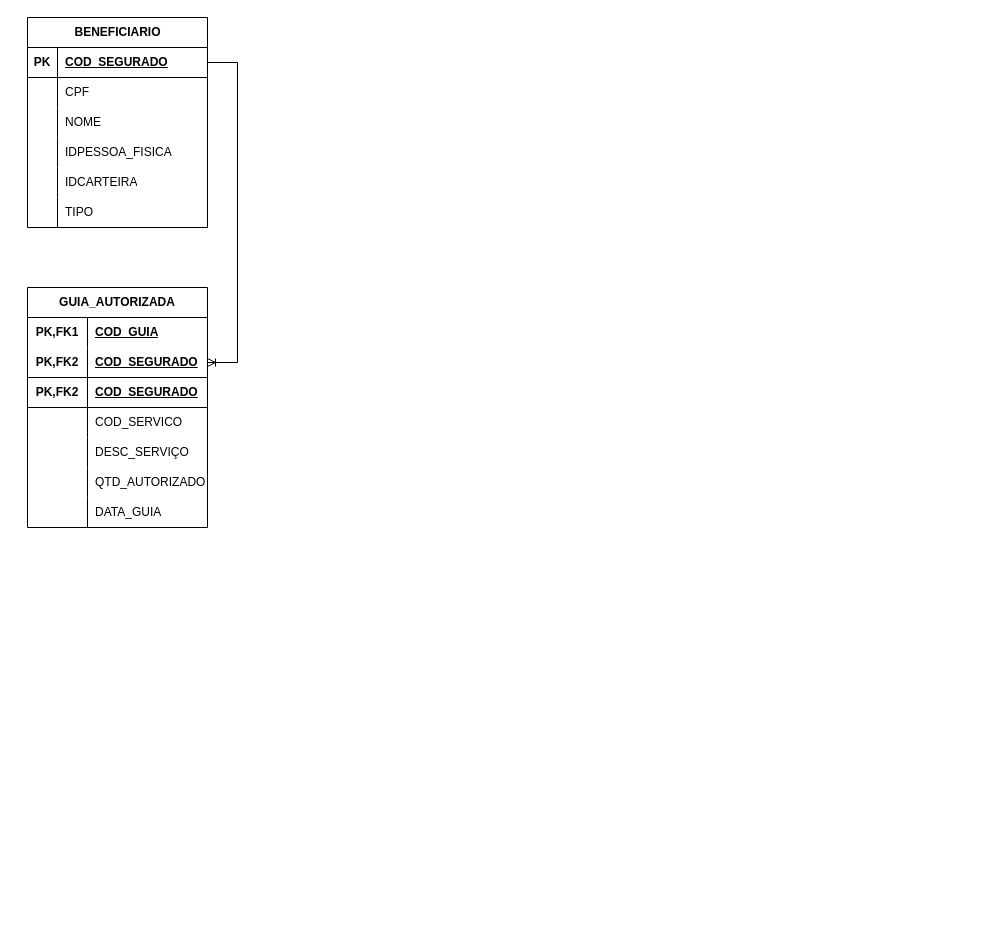
Above: APP-TEA02.drawio in hugocesar975/Todos (draw.io), before the change. Source tidied: cells renumbered, new cells numbered last; positions are measured from the earlier drawing's top-left corner, leaving out a move shared by most shapes. Both pictures are drawn from the tidied source at 100%, with x=0, y=0 at pixel (27, 17).
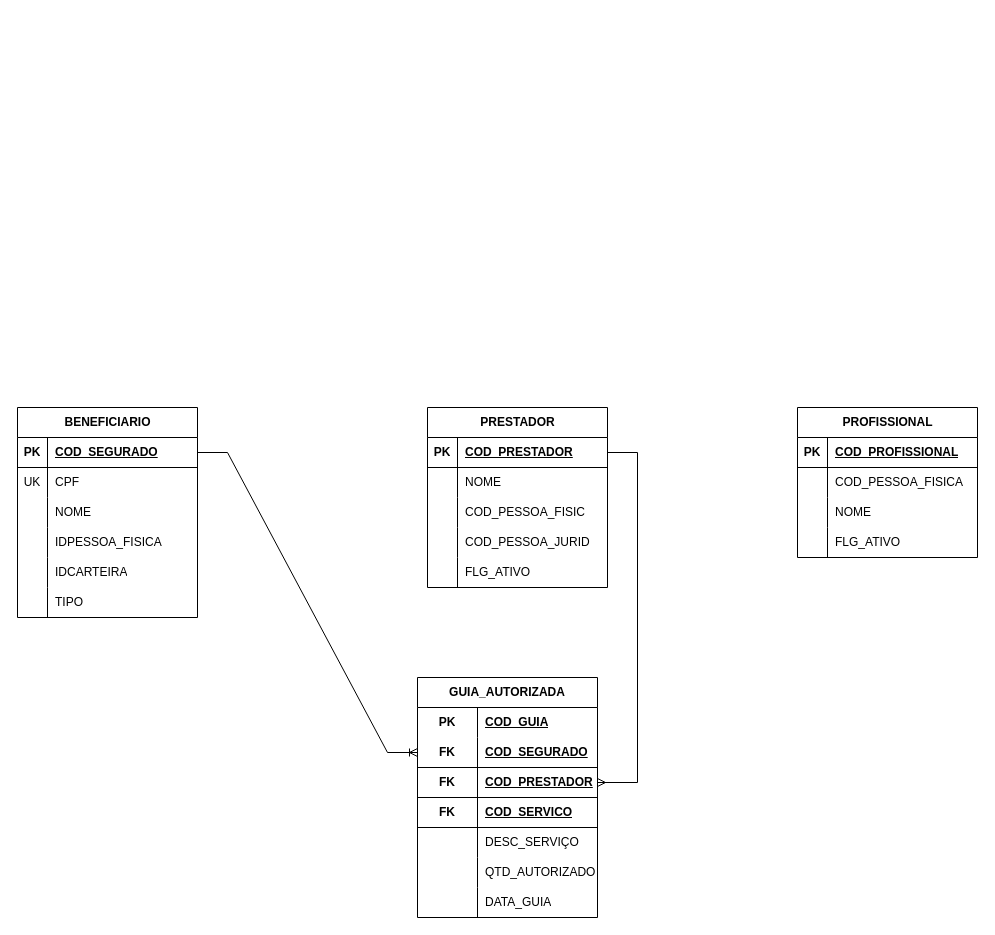
Above is the later version.

Unchanged cells that the change refers to:
```xml
<mxCell id="6" style="shape=tableRow;horizontal=0;startSize=0;swimlaneHead=0;swimlaneBody=0;fillColor=none;top=0;left=0;right=0;bottom=0;" parent="2" vertex="1">
  <mxGeometry y="60" width="180" height="30" as="geometry" />
</mxCell>
<mxCell id="22" style="shape=tableRow;horizontal=0;startSize=0;swimlaneHead=0;swimlaneBody=0;fillColor=none;top=0;left=0;right=0;bottom=0;html=1;" parent="21" vertex="1">
  <mxGeometry y="30" width="180" height="30" as="geometry" />
</mxCell>
<mxCell id="25" style="shape=tableRow;horizontal=0;startSize=0;swimlaneHead=0;swimlaneBody=0;fillColor=none;points=[[0,0.5],[1,0.5]];portConstraint=eastwest;top=0;left=0;right=0;bottom=1;html=1;" parent="21" vertex="1">
  <mxGeometry y="60" width="180" height="30" as="geometry" />
</mxCell>
<mxCell id="28" style="shape=tableRow;horizontal=0;startSize=0;swimlaneHead=0;swimlaneBody=0;fillColor=none;points=[[0,0.5],[1,0.5]];portConstraint=eastwest;top=0;left=0;right=0;bottom=1;html=1;" parent="21" vertex="1">
  <mxGeometry y="90" width="180" height="30" as="geometry" />
</mxCell>
```

Diff of the diagram source:
```diff
@@
     <mxCell id="2" value="BENEFICIARIO" style="shape=table;startSize=30;childLayout=tableLayout;rowLines=0;fontStyle=1;align=center;html=1;" parent="1" vertex="1">
-      <mxGeometry width="180" height="210" as="geometry" />
+      <mxGeometry x="-10" y="390" width="180" height="210" as="geometry" />
     </mxCell>
@@
-    <mxCell id="7" style="shape=partialRectangle;fillColor=none;top=0;left=0;bottom=0;right=0;overflow=hidden;whiteSpace=wrap;html=1;" parent="6" vertex="1">
+    <mxCell id="7" value="UK" style="shape=partialRectangle;fillColor=none;top=0;left=0;bottom=0;right=0;overflow=hidden;whiteSpace=wrap;html=1;" parent="6" vertex="1">
       <mxGeometry width="30" height="30" as="geometry" />
     </mxCell>
@@
     <mxCell id="21" value="GUIA_AUTORIZADA" style="shape=table;startSize=30;childLayout=tableLayout;rowLines=0;fontStyle=1;align=center;html=1;whiteSpace=wrap;" parent="1" vertex="1">
-      <mxGeometry y="270" width="180" height="240" as="geometry" />
+      <mxGeometry x="390" y="660" width="180" height="240" as="geometry" />
     </mxCell>
@@
-    <mxCell id="23" value="PK,FK1" style="shape=partialRectangle;fillColor=none;top=0;left=0;bottom=0;right=0;fontStyle=1;overflow=hidden;html=1;whiteSpace=wrap;" parent="22" vertex="1">
+    <mxCell id="23" value="PK" style="shape=partialRectangle;fillColor=none;top=0;left=0;bottom=0;right=0;fontStyle=1;overflow=hidden;html=1;whiteSpace=wrap;" parent="22" vertex="1">
       <mxGeometry width="60" height="30" as="geometry" />
     </mxCell>
@@
-    <mxCell id="26" value="PK,FK2" style="shape=partialRectangle;fillColor=none;top=0;left=0;bottom=0;right=0;fontStyle=1;overflow=hidden;html=1;whiteSpace=wrap;" parent="25" vertex="1">
+    <mxCell id="26" value="FK" style="shape=partialRectangle;fillColor=none;top=0;left=0;bottom=0;right=0;fontStyle=1;overflow=hidden;html=1;whiteSpace=wrap;" parent="25" vertex="1">
       <mxGeometry width="60" height="30" as="geometry" />
     </mxCell>
@@
-    <mxCell id="29" value="PK,FK2" style="shape=partialRectangle;fillColor=none;top=0;left=0;bottom=0;right=0;fontStyle=1;overflow=hidden;html=1;whiteSpace=wrap;" parent="28" vertex="1">
+    <mxCell id="29" value="FK" style="shape=partialRectangle;fillColor=none;top=0;left=0;bottom=0;right=0;fontStyle=1;overflow=hidden;html=1;whiteSpace=wrap;" parent="28" vertex="1">
       <mxGeometry width="60" height="30" as="geometry" />
     </mxCell>
-    <mxCell id="30" value="COD_SEGURADO" style="shape=partialRectangle;fillColor=none;top=0;left=0;bottom=0;right=0;align=left;spacingLeft=6;fontStyle=5;overflow=hidden;html=1;whiteSpace=wrap;" parent="28" vertex="1">
+    <mxCell id="30" value="COD_PRESTADOR" style="shape=partialRectangle;fillColor=none;top=0;left=0;bottom=0;right=0;align=left;spacingLeft=6;fontStyle=5;overflow=hidden;html=1;whiteSpace=wrap;" parent="28" vertex="1">
       <mxGeometry x="60" width="120" height="30" as="geometry" />
     </mxCell>
-    <mxCell id="31" style="shape=tableRow;horizontal=0;startSize=0;swimlaneHead=0;swimlaneBody=0;fillColor=none;top=0;left=0;right=0;bottom=0;html=1;" parent="21" vertex="1">
-      <mxGeometry y="120" width="180" height="30" as="geometry" />
-    </mxCell>
-    <mxCell id="32" style="shape=partialRectangle;fillColor=none;top=0;left=0;bottom=0;right=0;overflow=hidden;html=1;whiteSpace=wrap;" parent="31" vertex="1">
-      <mxGeometry width="60" height="30" as="geometry" />
-    </mxCell>
+    <mxCell id="44" style="shape=tableRow;horizontal=0;startSize=0;swimlaneHead=0;swimlaneBody=0;fillColor=none;top=0;left=0;right=0;bottom=1;html=1;" parent="21" vertex="1">
+      <mxGeometry y="120" width="180" height="30" as="geometry" />
+    </mxCell>
+    <mxCell id="45" value="FK" style="shape=partialRectangle;fillColor=none;top=0;left=0;bottom=0;right=0;fontStyle=1;overflow=hidden;html=1;whiteSpace=wrap;" parent="44" vertex="1">
+      <mxGeometry width="60" height="30" as="geometry" />
+    </mxCell>
-    <mxCell id="33" value="COD_SERVICO" style="shape=partialRectangle;fillColor=none;top=0;left=0;bottom=0;right=0;align=left;spacingLeft=6;overflow=hidden;html=1;whiteSpace=wrap;" parent="31" vertex="1">
+    <mxCell id="33" value="COD_SERVICO" style="shape=partialRectangle;fillColor=none;top=0;left=0;bottom=0;right=0;align=left;spacingLeft=6;fontStyle=5;overflow=hidden;html=1;whiteSpace=wrap;" parent="44" vertex="1">
       <mxGeometry x="60" width="120" height="30" as="geometry" />
     </mxCell>
@@
+    <mxCell id="46" value="PRESTADOR" style="shape=table;startSize=30;childLayout=tableLayout;rowLines=0;fontStyle=1;align=center;html=1;" parent="1" vertex="1">
+      <mxGeometry x="400" y="390" width="180" height="180" as="geometry" />
+    </mxCell>
+    <mxCell id="47" style="shape=tableRow;horizontal=0;startSize=0;swimlaneHead=0;swimlaneBody=0;fillColor=none;points=[[0,0.5],[1,0.5]];portConstraint=eastwest;top=0;left=0;right=0;bottom=1;" parent="46" vertex="1">
+      <mxGeometry y="30" width="180" height="30" as="geometry" />
+    </mxCell>
+    <mxCell id="48" value="PK" style="shape=partialRectangle;fillColor=none;top=0;left=0;bottom=0;right=0;fontStyle=1;overflow=hidden;whiteSpace=wrap;html=1;" parent="47" vertex="1">
+      <mxGeometry width="30" height="30" as="geometry" />
+    </mxCell>
+    <mxCell id="49" value="COD_PRESTADOR" style="shape=partialRectangle;fillColor=none;top=0;left=0;bottom=0;right=0;align=left;spacingLeft=6;fontStyle=5;overflow=hidden;whiteSpace=wrap;html=1;" parent="47" vertex="1">
+      <mxGeometry x="30" width="150" height="30" as="geometry" />
+    </mxCell>
+    <mxCell id="50" style="shape=tableRow;horizontal=0;startSize=0;swimlaneHead=0;swimlaneBody=0;fillColor=none;top=0;left=0;right=0;bottom=0;" parent="46" vertex="1">
+      <mxGeometry y="60" width="180" height="30" as="geometry" />
+    </mxCell>
+    <mxCell id="51" style="shape=partialRectangle;fillColor=none;top=0;left=0;bottom=0;right=0;overflow=hidden;whiteSpace=wrap;html=1;" parent="50" vertex="1">
+      <mxGeometry width="30" height="30" as="geometry" />
+    </mxCell>
+    <mxCell id="52" value="NOME" style="shape=partialRectangle;fillColor=none;top=0;left=0;bottom=0;right=0;align=left;spacingLeft=6;overflow=hidden;whiteSpace=wrap;html=1;" parent="50" vertex="1">
+      <mxGeometry x="30" width="150" height="30" as="geometry" />
+    </mxCell>
+    <mxCell id="53" style="shape=tableRow;horizontal=0;startSize=0;swimlaneHead=0;swimlaneBody=0;fillColor=none;top=0;left=0;right=0;bottom=0;" parent="46" vertex="1">
+      <mxGeometry y="90" width="180" height="30" as="geometry" />
+    </mxCell>
+    <mxCell id="54" style="shape=partialRectangle;fillColor=none;top=0;left=0;bottom=0;right=0;overflow=hidden;whiteSpace=wrap;html=1;" parent="53" vertex="1">
+      <mxGeometry width="30" height="30" as="geometry" />
+    </mxCell>
+    <mxCell id="55" value="COD_PESSOA_FISIC" style="shape=partialRectangle;fillColor=none;top=0;left=0;bottom=0;right=0;align=left;spacingLeft=6;overflow=hidden;whiteSpace=wrap;html=1;" parent="53" vertex="1">
+      <mxGeometry x="30" width="150" height="30" as="geometry" />
+    </mxCell>
+    <mxCell id="56" style="shape=tableRow;horizontal=0;startSize=0;swimlaneHead=0;swimlaneBody=0;fillColor=none;top=0;left=0;right=0;bottom=0;" parent="46" vertex="1">
+      <mxGeometry y="120" width="180" height="30" as="geometry" />
+    </mxCell>
+    <mxCell id="57" style="shape=partialRectangle;fillColor=none;top=0;left=0;bottom=0;right=0;overflow=hidden;whiteSpace=wrap;html=1;" parent="56" vertex="1">
+      <mxGeometry width="30" height="30" as="geometry" />
+    </mxCell>
+    <mxCell id="58" value="COD_PESSOA_JURID" style="shape=partialRectangle;fillColor=none;top=0;left=0;bottom=0;right=0;align=left;spacingLeft=6;overflow=hidden;whiteSpace=wrap;html=1;" parent="56" vertex="1">
+      <mxGeometry x="30" width="150" height="30" as="geometry" />
+    </mxCell>
+    <mxCell id="59" style="shape=tableRow;horizontal=0;startSize=0;swimlaneHead=0;swimlaneBody=0;fillColor=none;top=0;left=0;right=0;bottom=0;" parent="46" vertex="1">
+      <mxGeometry y="150" width="180" height="30" as="geometry" />
+    </mxCell>
+    <mxCell id="60" style="shape=partialRectangle;fillColor=none;top=0;left=0;bottom=0;right=0;overflow=hidden;whiteSpace=wrap;html=1;" parent="59" vertex="1">
+      <mxGeometry width="30" height="30" as="geometry" />
+    </mxCell>
+    <mxCell id="61" value="FLG_ATIVO" style="shape=partialRectangle;fillColor=none;top=0;left=0;bottom=0;right=0;align=left;spacingLeft=6;overflow=hidden;whiteSpace=wrap;html=1;" parent="59" vertex="1">
+      <mxGeometry x="30" width="150" height="30" as="geometry" />
+    </mxCell>
+    <mxCell id="62" value="PROFISSIONAL" style="shape=table;startSize=30;childLayout=tableLayout;rowLines=0;fontStyle=1;align=center;html=1;" parent="1" vertex="1">
+      <mxGeometry x="770" y="390" width="180" height="150" as="geometry" />
+    </mxCell>
+    <mxCell id="63" style="shape=tableRow;horizontal=0;startSize=0;swimlaneHead=0;swimlaneBody=0;fillColor=none;top=0;left=0;right=0;bottom=1;" parent="62" vertex="1">
+      <mxGeometry y="30" width="180" height="30" as="geometry" />
+    </mxCell>
+    <mxCell id="64" value="PK" style="shape=partialRectangle;fillColor=none;top=0;left=0;bottom=0;right=0;fontStyle=1;overflow=hidden;whiteSpace=wrap;html=1;" parent="63" vertex="1">
+      <mxGeometry width="30" height="30" as="geometry" />
+    </mxCell>
+    <mxCell id="65" value="COD_PROFISSIONAL" style="shape=partialRectangle;fillColor=none;top=0;left=0;bottom=0;right=0;align=left;spacingLeft=6;fontStyle=5;overflow=hidden;whiteSpace=wrap;html=1;" parent="63" vertex="1">
+      <mxGeometry x="30" width="150" height="30" as="geometry" />
+    </mxCell>
+    <mxCell id="66" style="shape=tableRow;horizontal=0;startSize=0;swimlaneHead=0;swimlaneBody=0;fillColor=none;top=0;left=0;right=0;bottom=0;" parent="62" vertex="1">
+      <mxGeometry y="60" width="180" height="30" as="geometry" />
+    </mxCell>
+    <mxCell id="67" style="shape=partialRectangle;fillColor=none;top=0;left=0;bottom=0;right=0;overflow=hidden;whiteSpace=wrap;html=1;" parent="66" vertex="1">
+      <mxGeometry width="30" height="30" as="geometry" />
+    </mxCell>
+    <mxCell id="68" value="COD_PESSOA_FISICA" style="shape=partialRectangle;fillColor=none;top=0;left=0;bottom=0;right=0;align=left;spacingLeft=6;overflow=hidden;whiteSpace=wrap;html=1;" parent="66" vertex="1">
+      <mxGeometry x="30" width="150" height="30" as="geometry" />
+    </mxCell>
+    <mxCell id="69" style="shape=tableRow;horizontal=0;startSize=0;swimlaneHead=0;swimlaneBody=0;fillColor=none;top=0;left=0;right=0;bottom=0;" parent="62" vertex="1">
+      <mxGeometry y="90" width="180" height="30" as="geometry" />
+    </mxCell>
+    <mxCell id="70" style="shape=partialRectangle;fillColor=none;top=0;left=0;bottom=0;right=0;overflow=hidden;whiteSpace=wrap;html=1;" parent="69" vertex="1">
+      <mxGeometry width="30" height="30" as="geometry" />
+    </mxCell>
+    <mxCell id="71" value="NOME" style="shape=partialRectangle;fillColor=none;top=0;left=0;bottom=0;right=0;align=left;spacingLeft=6;overflow=hidden;whiteSpace=wrap;html=1;" parent="69" vertex="1">
+      <mxGeometry x="30" width="150" height="30" as="geometry" />
+    </mxCell>
+    <mxCell id="72" style="shape=tableRow;horizontal=0;startSize=0;swimlaneHead=0;swimlaneBody=0;fillColor=none;top=0;left=0;right=0;bottom=0;" parent="62" vertex="1">
+      <mxGeometry y="120" width="180" height="30" as="geometry" />
+    </mxCell>
+    <mxCell id="73" style="shape=partialRectangle;fillColor=none;top=0;left=0;bottom=0;right=0;overflow=hidden;whiteSpace=wrap;html=1;" parent="72" vertex="1">
+      <mxGeometry width="30" height="30" as="geometry" />
+    </mxCell>
+    <mxCell id="74" value="FLG_ATIVO" style="shape=partialRectangle;fillColor=none;top=0;left=0;bottom=0;right=0;align=left;spacingLeft=6;overflow=hidden;whiteSpace=wrap;html=1;" parent="72" vertex="1">
+      <mxGeometry x="30" width="150" height="30" as="geometry" />
+    </mxCell>
+    <mxCell id="75" style="edgeStyle=entityRelationEdgeStyle;fontSize=12;html=1;endArrow=ERmany;rounded=0;" parent="1" edge="1" source="47" target="28">
+      <mxGeometry relative="1" as="geometry" />
+    </mxCell>
```
